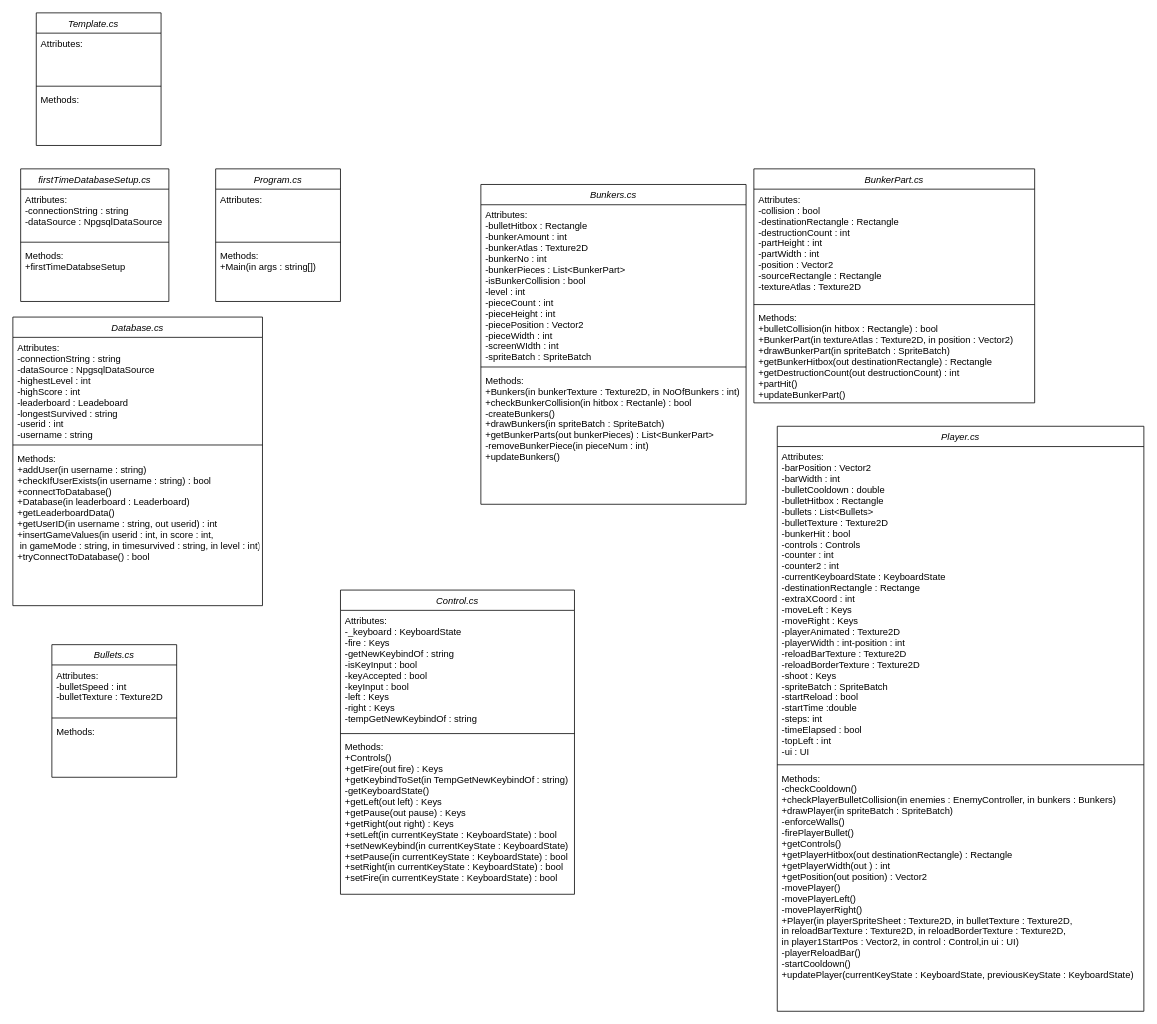
Earlier version of the draw.io diagram Diagrams/ClassDiagramFinal.drawio (Ferogreywolf7/Alien-Attack). Source tidied: cells renumbered, new cells numbered last; positions are measured from the earlier drawing's top-left corner, leaving out a move shared by most shapes. Both pictures are drawn from the tidied source at 78%, with x=0, y=0 at pixel (12, 12).
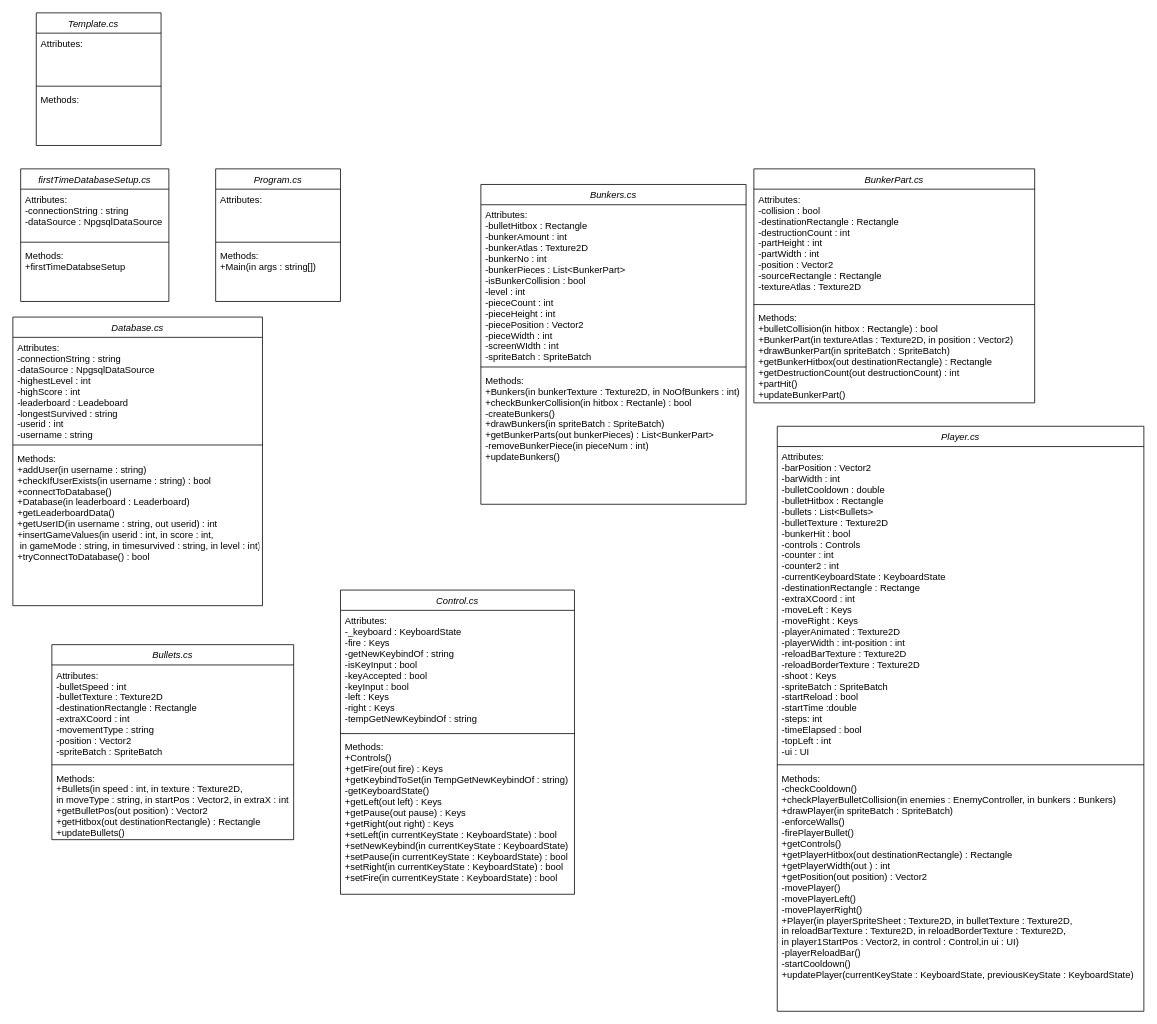
The same page after the edit.

What changed in the source:
```diff
@@
     <mxCell id="34" value="Bullets.cs" style="swimlane;fontStyle=2;align=center;verticalAlign=top;horizontal=1;startSize=26;rounded=0;shadow=0;strokeWidth=1;" parent="1" vertex="1">
-      <mxGeometry x="50" y="810" width="160" height="170" as="geometry" />
+      <mxGeometry x="50" y="810" width="310" height="250" as="geometry" />
     </mxCell>
-    <mxCell id="35" value="Attributes:&#10;-bulletSpeed : int&#10;-bulletTexture : Texture2D" style="text;align=left;verticalAlign=top;spacingLeft=4;spacingRight=4;overflow=hidden;" parent="34" vertex="1">
-      <mxGeometry y="26" width="160" height="64" as="geometry" />
+    <mxCell id="35" value="Attributes:&#10;-bulletSpeed : int&#10;-bulletTexture : Texture2D&#10;-destinationRectangle : Rectangle&#10;-extraXCoord : int&#10;-movementType : string&#10;-position : Vector2&#10;-spriteBatch : SpriteBatch" style="text;align=left;verticalAlign=top;spacingLeft=4;spacingRight=4;overflow=hidden;" parent="34" vertex="1">
+      <mxGeometry y="26" width="310" height="124" as="geometry" />
     </mxCell>
     <mxCell id="36" style="line;html=1;strokeWidth=1;align=left;verticalAlign=middle;spacingTop=-1;spacingLeft=3;spacingRight=3;labelPosition=right;" parent="34" vertex="1">
-      <mxGeometry y="90" width="160" height="8" as="geometry" />
+      <mxGeometry y="150" width="310" height="8" as="geometry" />
     </mxCell>
-    <mxCell id="37" value="Methods:" style="text;align=left;verticalAlign=top;spacingLeft=4;spacingRight=4;overflow=hidden;" parent="34" vertex="1">
-      <mxGeometry y="98" width="160" height="58" as="geometry" />
+    <mxCell id="37" value="Methods:&#10;+Bullets(in speed : int, in texture : Texture2D, &#10;in moveType : string, in startPos : Vector2, in extraX : int&#10;+getBulletPos(out position) : Vector2&#10;+getHitbox(out destinationRectangle) : Rectangle&#10;+updateBullets()" style="text;align=left;verticalAlign=top;spacingLeft=4;spacingRight=4;overflow=hidden;" parent="34" vertex="1">
+      <mxGeometry y="158" width="310" height="92" as="geometry" />
     </mxCell>
```
